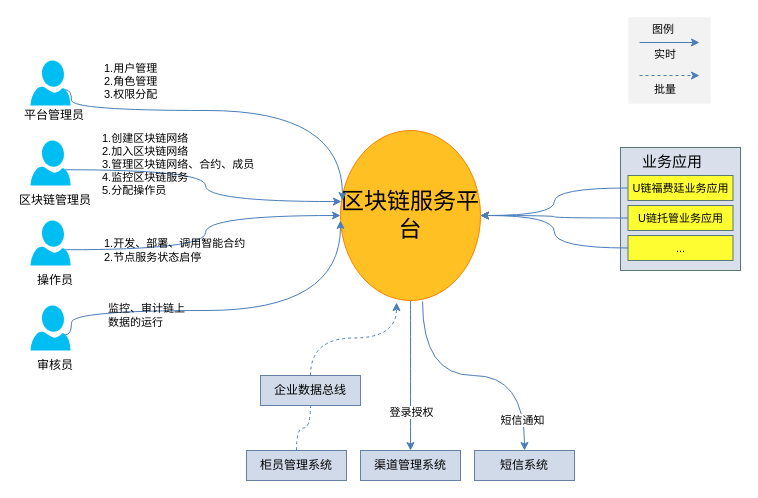
The draw.io diagram repository/drawio/postb/系统上下文_yc.drawio in dilide/collections, before the edit. Source tidied: cells renumbered, new cells numbered last; positions are measured from the earlier drawing's top-left corner, leaving out a move shared by most shapes. Both pictures are drawn from the tidied source at 100%, with x=0, y=0 at pixel (17, 17).
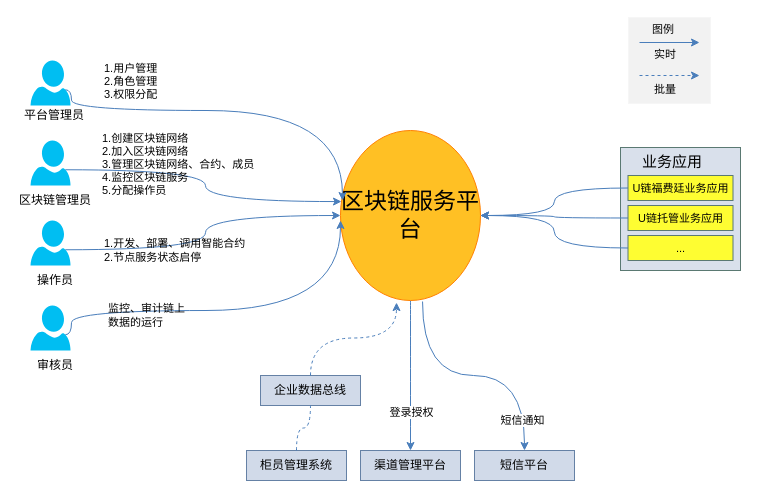
The same diagram, later.

Commit message:
Update 系统上下文_yc.drawio

Diff of the diagram source:
```diff
@@
-    <mxCell id="24" value="渠道管理系统" style="rounded=0;whiteSpace=wrap;html=1;fontSize=12;fillColor=#D1DAE9;strokeColor=#6581A5;" parent="1" vertex="1">
+    <mxCell id="24" value="渠道管理平台" style="rounded=0;whiteSpace=wrap;html=1;fontSize=12;fillColor=#D1DAE9;strokeColor=#6581A5;" parent="1" vertex="1">
       <mxGeometry x="343" y="433" width="100" height="30" as="geometry" />
     </mxCell>
-    <mxCell id="25" value="短信系统" style="rounded=0;whiteSpace=wrap;html=1;fontSize=12;fillColor=#D1DAE9;strokeColor=#6581A5;" parent="1" vertex="1">
+    <mxCell id="25" value="短信平台" style="rounded=0;whiteSpace=wrap;html=1;fontSize=12;fillColor=#D1DAE9;strokeColor=#6581A5;" parent="1" vertex="1">
       <mxGeometry x="457" y="433" width="100" height="30" as="geometry" />
     </mxCell>
```
